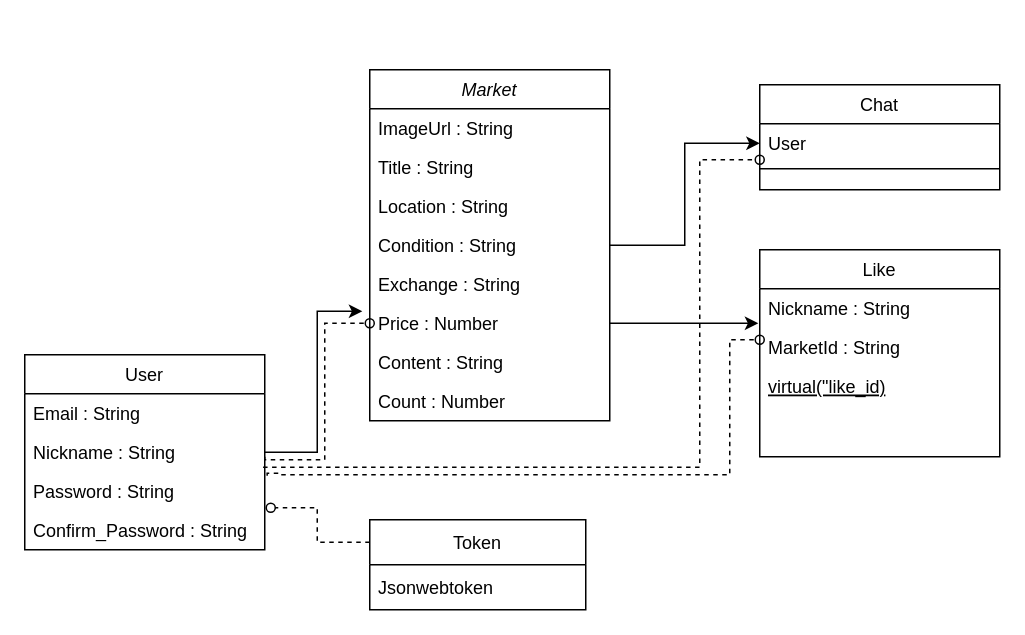
This is Project.drawio from seunghyeon5/Cloneproject, a draw.io file, before an edit. Source tidied: cells renumbered, new cells numbered last; positions are measured from the earlier drawing's top-left corner, leaving out a move shared by most shapes. Both pictures are drawn from the tidied source at 150%, with x=0, y=0 at pixel (24, 69).
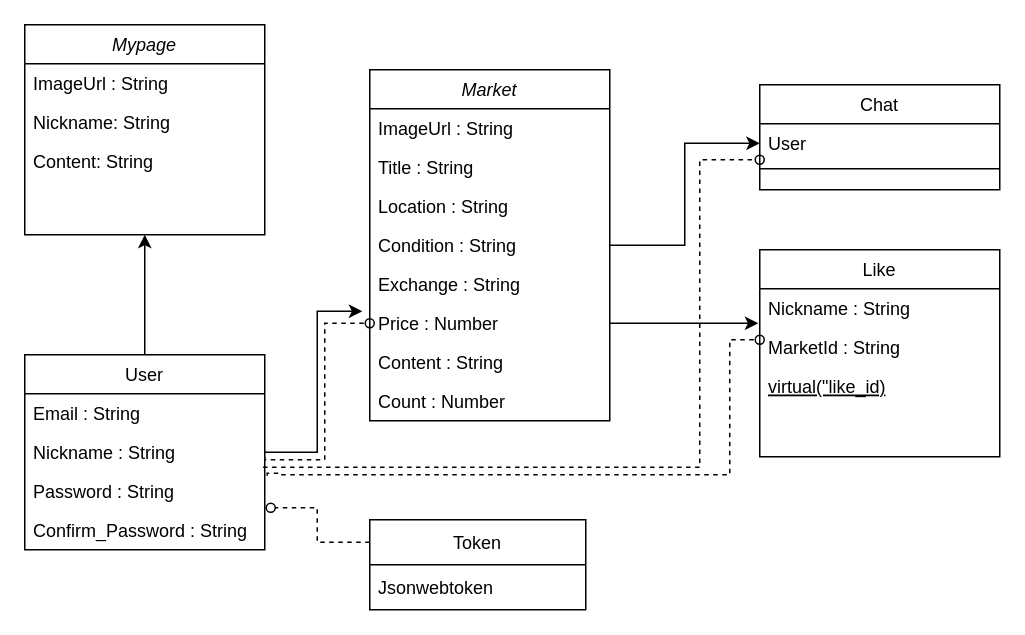
After the change.

The change refers to these unchanged cells:
```xml
<mxCell id="17" value="User" style="swimlane;fontStyle=0;align=center;verticalAlign=top;horizontal=1;startSize=26;rounded=0;shadow=0;strokeWidth=1;" parent="1" vertex="1">
  <mxGeometry y="190" width="160" height="130" as="geometry" />
</mxCell>
```

The edit, as a diff of the source:
```diff
@@
+    <mxCell id="32" style="edgeStyle=none;html=1;exitX=0.5;exitY=0;exitDx=0;exitDy=0;entryX=0.5;entryY=1;entryDx=0;entryDy=0;" parent="1" edge="1" source="17" target="33">
+      <mxGeometry relative="1" as="geometry" />
+    </mxCell>
@@
+    <mxCell id="33" value="Mypage" style="swimlane;fontStyle=2;align=center;verticalAlign=top;horizontal=1;startSize=26;rounded=0;shadow=0;strokeWidth=1;" parent="1" vertex="1">
+      <mxGeometry y="-30" width="160" height="140" as="geometry" />
+    </mxCell>
+    <mxCell id="34" value="ImageUrl : String" style="text;align=left;verticalAlign=top;spacingLeft=4;spacingRight=4;overflow=hidden;" parent="33" vertex="1">
+      <mxGeometry y="26" width="160" height="26" as="geometry" />
+    </mxCell>
+    <mxCell id="35" value="Nickname: String" style="text;align=left;verticalAlign=top;spacingLeft=4;spacingRight=4;overflow=hidden;rounded=0;shadow=0;html=0;" parent="33" vertex="1">
+      <mxGeometry y="52" width="160" height="26" as="geometry" />
+    </mxCell>
+    <mxCell id="36" value="Content: String" style="text;align=left;verticalAlign=top;spacingLeft=4;spacingRight=4;overflow=hidden;rounded=0;shadow=0;html=0;" parent="33" vertex="1">
+      <mxGeometry y="78" width="160" height="26" as="geometry" />
+    </mxCell>
```
